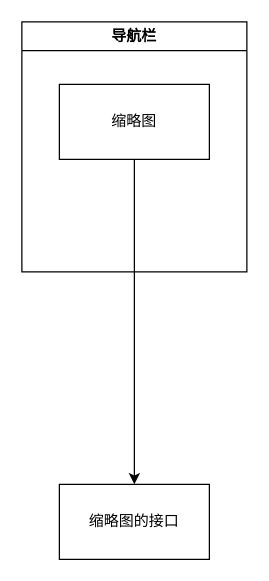
Above: drawio/dicom整体设计.drawio in wangyunhuan895-eng/images (draw.io), before the change. Source tidied: cells renumbered, new cells numbered last; positions are measured from the earlier drawing's top-left corner, leaving out a move shared by most shapes. Both pictures are drawn from the tidied source at 125%, with x=0, y=0 at pixel (21, 21).
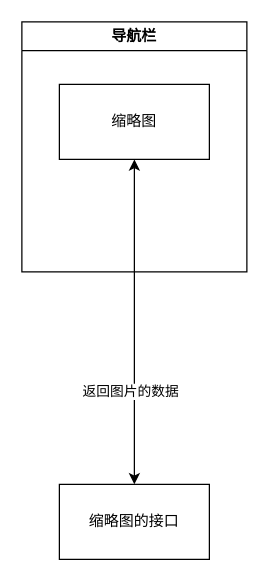
The same page after the edit.

Commit message (it also covers changes not shown here):
更新dicom整体设计.drawio

What changed in the source:
```diff
@@
 <mxGraphModel>
   <root>
     <mxCell id="0" />
     <mxCell id="1" parent="0" />
     <mxCell id="2" value="导航栏" style="swimlane;whiteSpace=wrap;html=1;" parent="1" vertex="1">
       <mxGeometry width="180" height="200" as="geometry" />
     </mxCell>
     <mxCell id="3" value="缩略图" style="rounded=0;whiteSpace=wrap;html=1;" parent="2" vertex="1">
       <mxGeometry x="30" y="50" width="120" height="60" as="geometry" />
     </mxCell>
     <mxCell id="4" value="缩略图的接口" style="rounded=0;whiteSpace=wrap;html=1;" parent="1" vertex="1">
       <mxGeometry x="30" y="370" width="120" height="60" as="geometry" />
     </mxCell>
-    <mxCell id="5" style="rounded=0;jettySize=auto;html=1;exitX=0.5;exitY=1;exitDx=0;exitDy=0;entryX=0.5;entryY=0;entryDx=0;entryDy=0;" parent="1" edge="1" source="3" target="4">
+    <mxCell id="5" style="rounded=0;jettySize=auto;html=1;exitX=0.5;exitY=1;exitDx=0;exitDy=0;entryX=0.5;entryY=0;entryDx=0;entryDy=0;startArrow=classic;startFill=1;" parent="1" edge="1" source="3" target="4">
       <mxGeometry relative="1" as="geometry" />
     </mxCell>
+    <mxCell id="6" value="返回图片的数据" style="edgeLabel;html=1;align=center;verticalAlign=middle;" parent="5" vertex="1">
+      <mxGeometry x="0.42" y="-4" relative="1" as="geometry" />
+    </mxCell>
   </root>
 </mxGraphModel>
```
